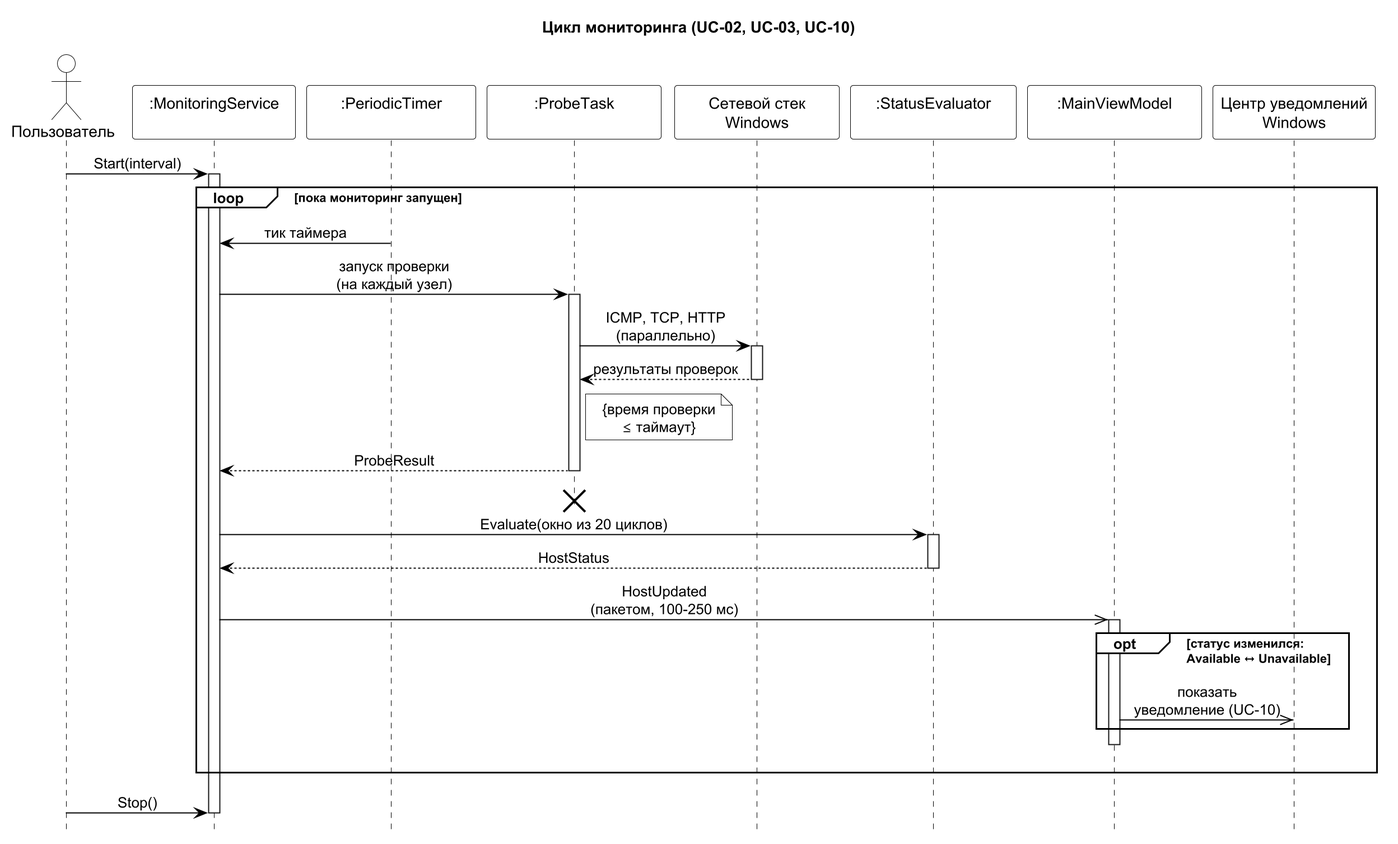
Before: docs/uml/img/sequence-monitoring-cycle.png, a diagram exported from PlantUML (Levandovskii/liquid-ping).
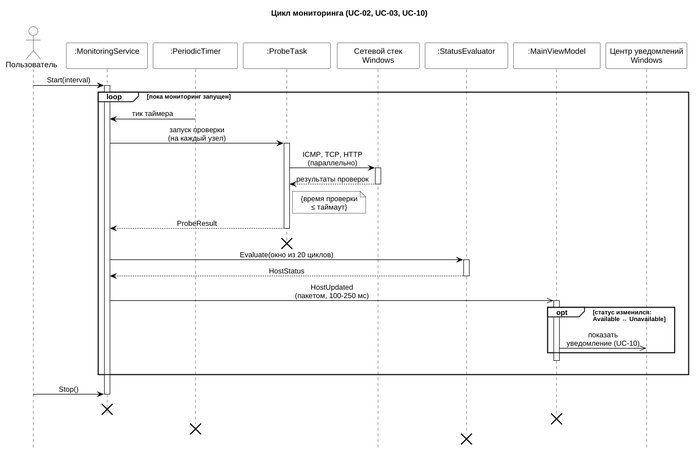
Above is the later version.

Commit message:
fix: add objects destroy on sequence diagram

The edit, as a diff of the source:
```diff
@@ -66,7 +66,11 @@
     deactivate VM
     |||
 end
-
 User -> Mon : Stop()
 deactivate Mon
+Mon -[hidden]-> Mon
+destroy Mon
+destroy VM
+destroy T
+destroy Ev
 @enduml
```
